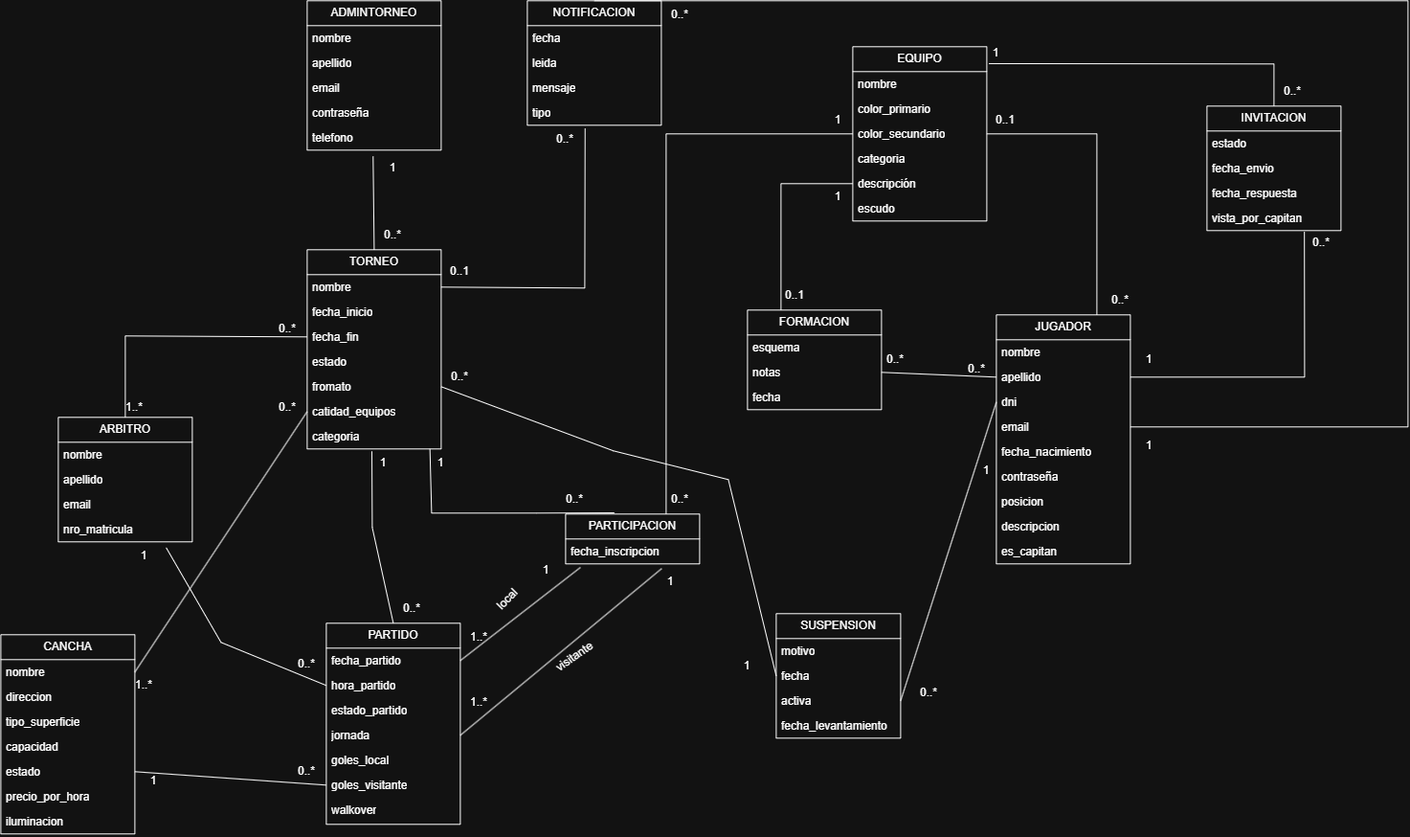
The draw.io diagram ModeloDeDominioGestorTorneos.drawio.png in tomasandino12/tpGestorDeTorneos, before a commit. Source tidied: cells renumbered, new cells last; positions are measured from the earlier drawing's top-left corner, leaving out a move shared by most shapes.
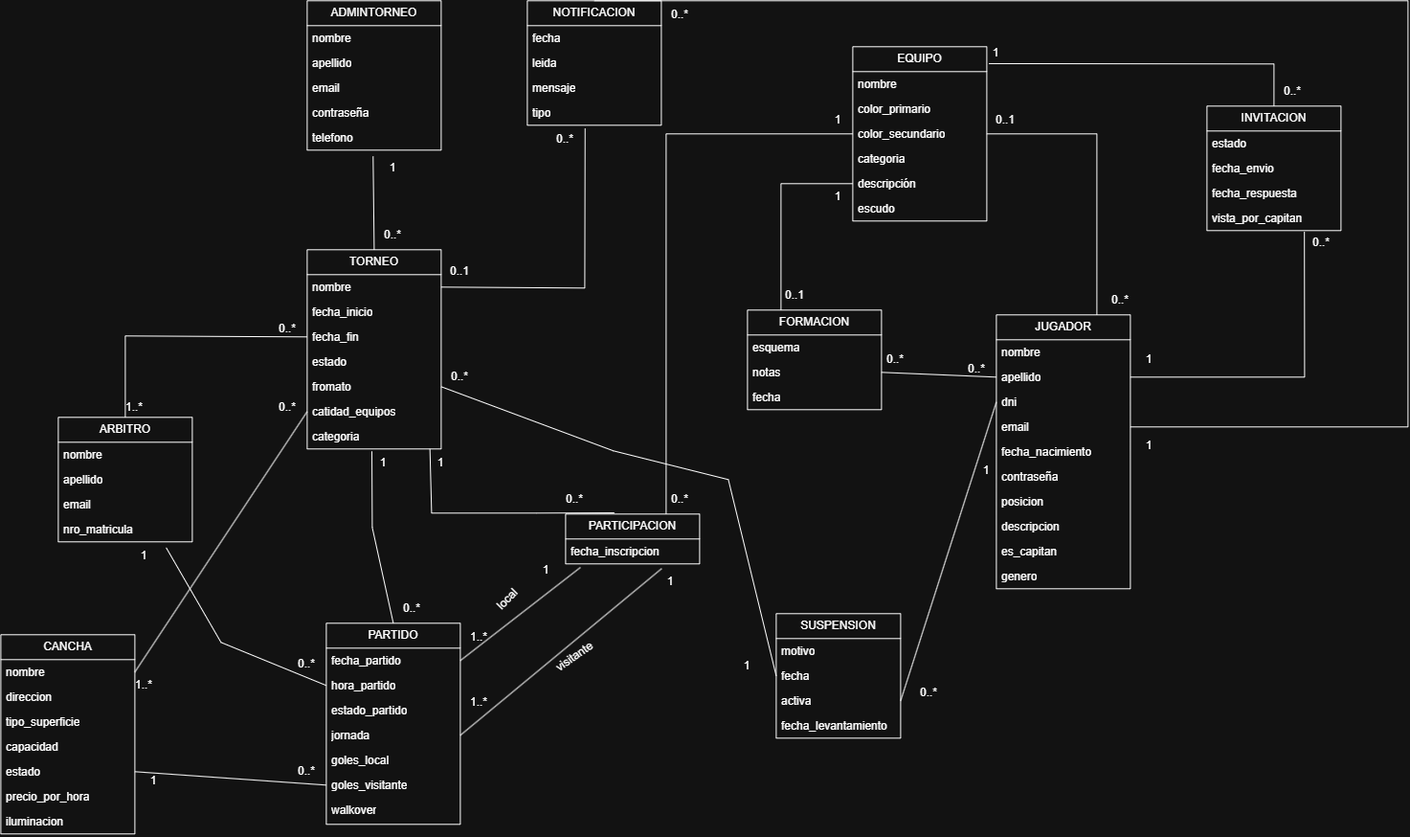
Later version of the same file.

Commit message:
modelo de dominio actualizado

Diff of the diagram source:
```diff
@@ -123,7 +123,7 @@
       <mxGeometry y="104" width="140" height="26" as="geometry" />
     </mxCell>
     <mxCell id="42" value="JUGADOR" style="swimlane;fontStyle=0;horizontal=1;startSize=26;fillColor=none;html=1;" parent="1" vertex="1">
-      <mxGeometry x="1040" y="328" width="140" height="260" as="geometry" />
+      <mxGeometry x="1040" y="328" width="140" height="286" as="geometry" />
     </mxCell>
     <mxCell id="43" value="nombre" style="text;strokeColor=none;fillColor=none;align=left;verticalAlign=top;spacingLeft=4;spacingRight=4;overflow=hidden;whiteSpace=wrap;html=1;" parent="42" vertex="1">
       <mxGeometry y="26" width="140" height="26" as="geometry" />
@@ -149,8 +149,11 @@
     <mxCell id="50" value="descripcion" style="text;strokeColor=none;fillColor=none;align=left;verticalAlign=top;spacingLeft=4;spacingRight=4;overflow=hidden;whiteSpace=wrap;html=1;" parent="42" vertex="1">
       <mxGeometry y="208" width="140" height="26" as="geometry" />
     </mxCell>
+    <mxCell id="134" value="es_capitan" style="text;strokeColor=none;fillColor=none;align=left;verticalAlign=top;spacingLeft=4;spacingRight=4;overflow=hidden;whiteSpace=wrap;html=1;" parent="42" vertex="1">
+      <mxGeometry y="234" width="140" height="26" as="geometry" />
+    </mxCell>
-    <mxCell id="51" value="es_capitan" style="text;strokeColor=none;fillColor=none;align=left;verticalAlign=top;spacingLeft=4;spacingRight=4;overflow=hidden;whiteSpace=wrap;html=1;" parent="42" vertex="1">
-      <mxGeometry y="234" width="140" height="26" as="geometry" />
+    <mxCell id="51" value="genero" style="text;strokeColor=none;fillColor=none;align=left;verticalAlign=top;spacingLeft=4;spacingRight=4;overflow=hidden;whiteSpace=wrap;html=1;" parent="42" vertex="1">
+      <mxGeometry y="260" width="140" height="26" as="geometry" />
     </mxCell>
     <mxCell id="52" value="NOTIFICACION" style="swimlane;fontStyle=0;horizontal=1;startSize=26;fillColor=none;html=1;" parent="1" vertex="1">
       <mxGeometry x="550" width="140" height="130" as="geometry" />
```
